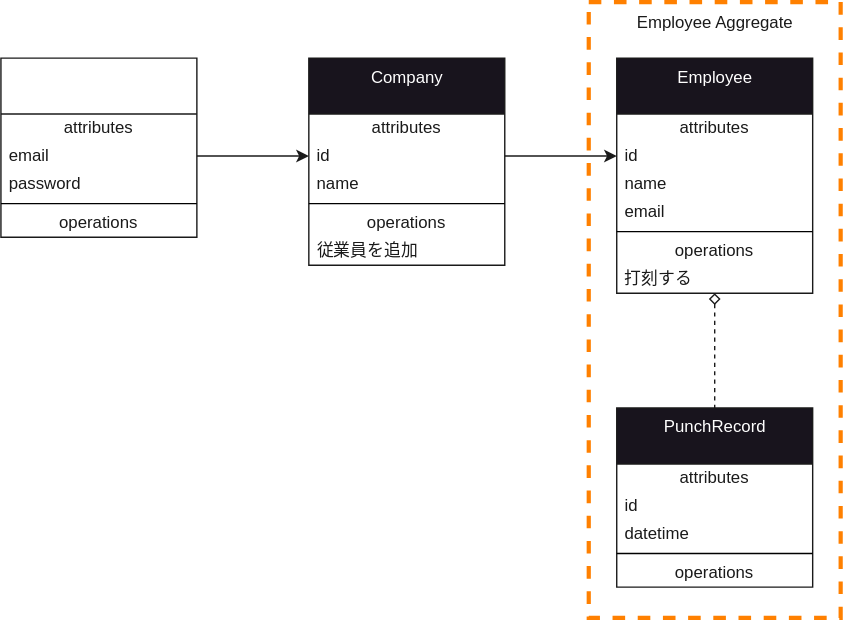
Earlier version of the draw.io export uml.drawio.svg (kumagai-s/flow-ddd). Source tidied: cells renumbered, new cells last; positions are measured from the earlier drawing's top-left corner, leaving out a move shared by most shapes.
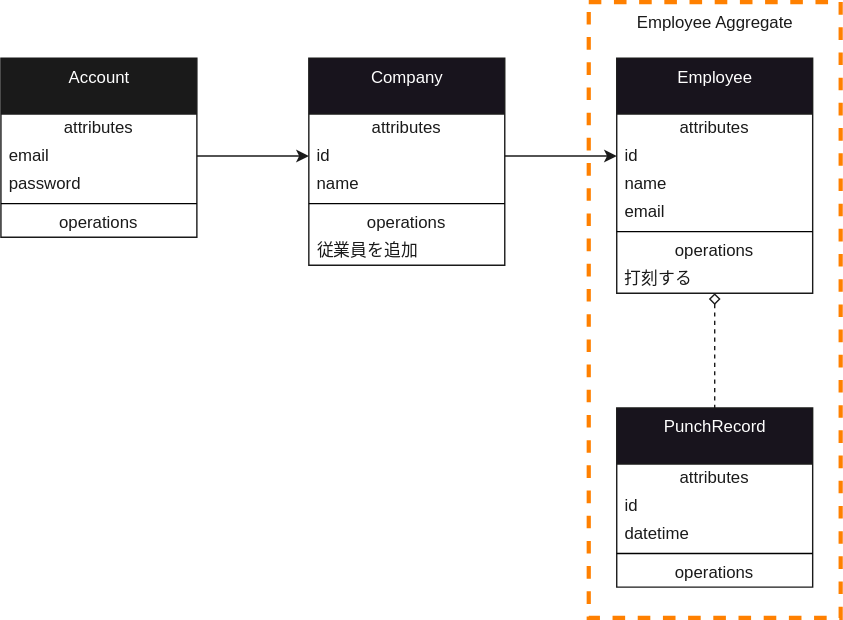
Above is the later version.

What changed in the source:
```diff
@@ -74,7 +74,7 @@
     <mxCell id="25" value="operations" style="text;html=1;strokeColor=none;fillColor=none;align=center;verticalAlign=middle;spacingLeft=4;spacingRight=4;overflow=hidden;fontColor=#1A1A1A;" parent="20" vertex="1">
       <mxGeometry y="108" width="140" height="20" as="geometry" />
     </mxCell>
-    <mxCell id="26" value="&lt;font color=&quot;#ffffff&quot;&gt;Account&lt;/font&gt;" style="swimlane;fontStyle=0;align=center;verticalAlign=top;horizontal=1;startSize=40;html=1;fontColor=#1A1A1A;strokeColor=#1A1A1A;" parent="1" vertex="1">
+    <mxCell id="26" value="&lt;font color=&quot;#ffffff&quot;&gt;Account&lt;/font&gt;" style="swimlane;fontStyle=0;align=center;verticalAlign=top;horizontal=1;startSize=40;html=1;fontColor=#1A1A1A;strokeColor=#1A1A1A;fillColor=#1A1A1A;" parent="1" vertex="1">
       <mxGeometry y="40" width="140" height="128" as="geometry" />
     </mxCell>
     <mxCell id="27" value="attributes" style="text;html=1;strokeColor=none;fillColor=none;align=center;verticalAlign=middle;spacingLeft=4;spacingRight=4;overflow=hidden;fontColor=#1A1A1A;" parent="26" vertex="1">
```
